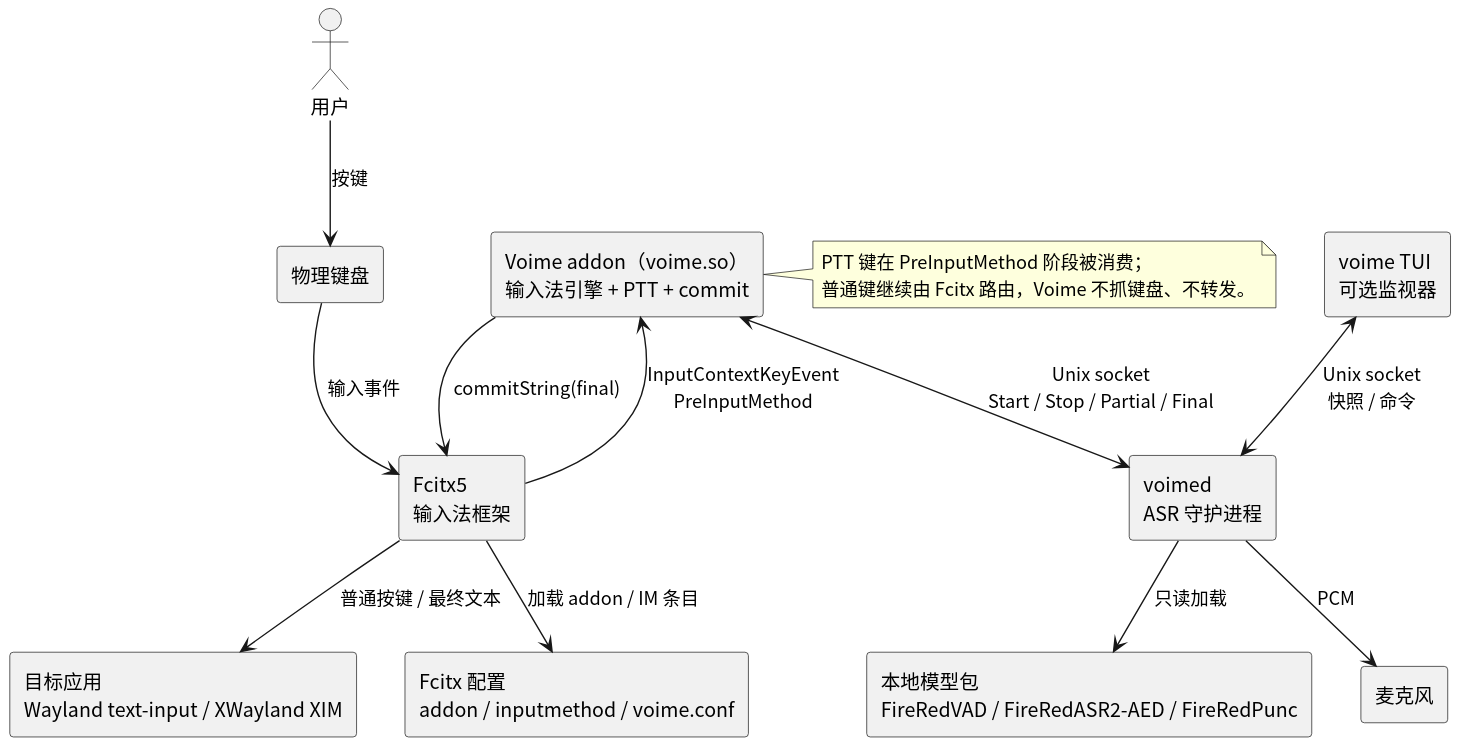
Earlier version of the PlantUML export diagram/proposal-fcitx-architecture.svg (54m43lJ/voime). Its diagram source:
```plantuml
@startuml
skinparam defaultFontName "Noto Sans CJK SC"
skinparam shadowing false
skinparam componentStyle rectangle
top to bottom direction

actor "用户" as User
component "物理键盘" as Keyboard
component "Fcitx5\n输入法框架" as Fcitx
component "Voime addon（voime.so）\n输入法引擎 + PTT + commit" as Addon
component "voimed\nASR 守护进程" as Daemon
component "voime TUI\n可选监视器" as Tui
component "目标应用\nWayland text-input / XWayland XIM" as App
component "本地模型包\nFireRedVAD / FireRedASR2-AED / FireRedPunc" as Models
component "麦克风" as Mic
component "Fcitx 配置\naddon / inputmethod / voime.conf" as Config

User --> Keyboard : 按键
Keyboard --> Fcitx : 输入事件
Fcitx --> Addon : InputContextKeyEvent\nPreInputMethod
Addon --> Fcitx : commitString(final)
Fcitx --> App : 普通按键 / 最终文本
Addon <--> Daemon : Unix socket\nStart / Stop / Partial / Final
Daemon --> Mic : PCM
Daemon --> Models : 只读加载
Tui <--> Daemon : Unix socket\n快照 / 命令
Fcitx --> Config : 加载 addon / IM 条目

note right of Addon : PTT 键在 PreInputMethod 阶段被消费；\n普通键继续由 Fcitx 路由，Voime 不抓键盘、不转发。
@enduml
```
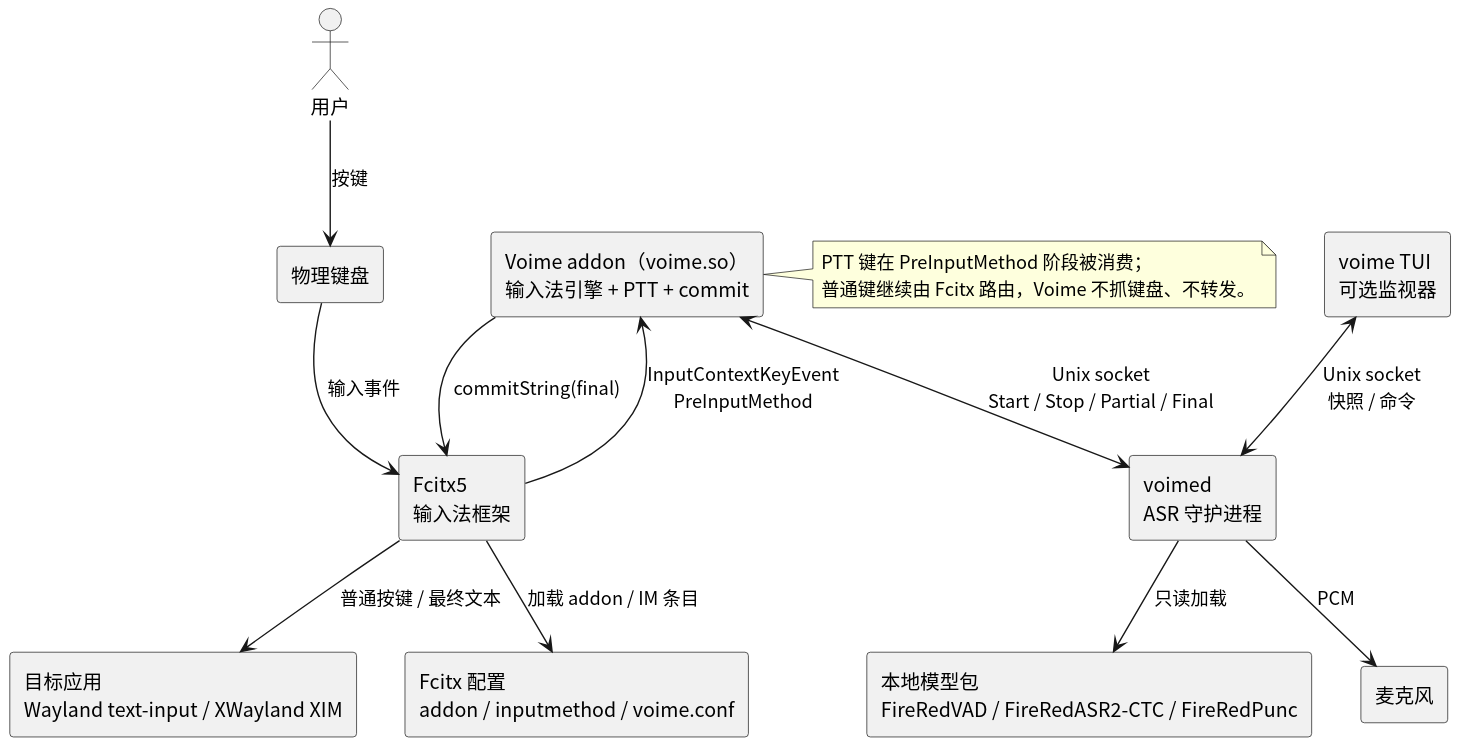
After the commit.

Commit message:
docs: 提案改用 FireRedASR2-CTC 优化 CPU 推理

Change to the diagram source:
```diff
@@ -11,7 +11,7 @@
 component "voimed\nASR 守护进程" as Daemon
 component "voime TUI\n可选监视器" as Tui
 component "目标应用\nWayland text-input / XWayland XIM" as App
-component "本地模型包\nFireRedVAD / FireRedASR2-AED / FireRedPunc" as Models
+component "本地模型包\nFireRedVAD / FireRedASR2-CTC / FireRedPunc" as Models
 component "麦克风" as Mic
 component "Fcitx 配置\naddon / inputmethod / voime.conf" as Config
 
```
